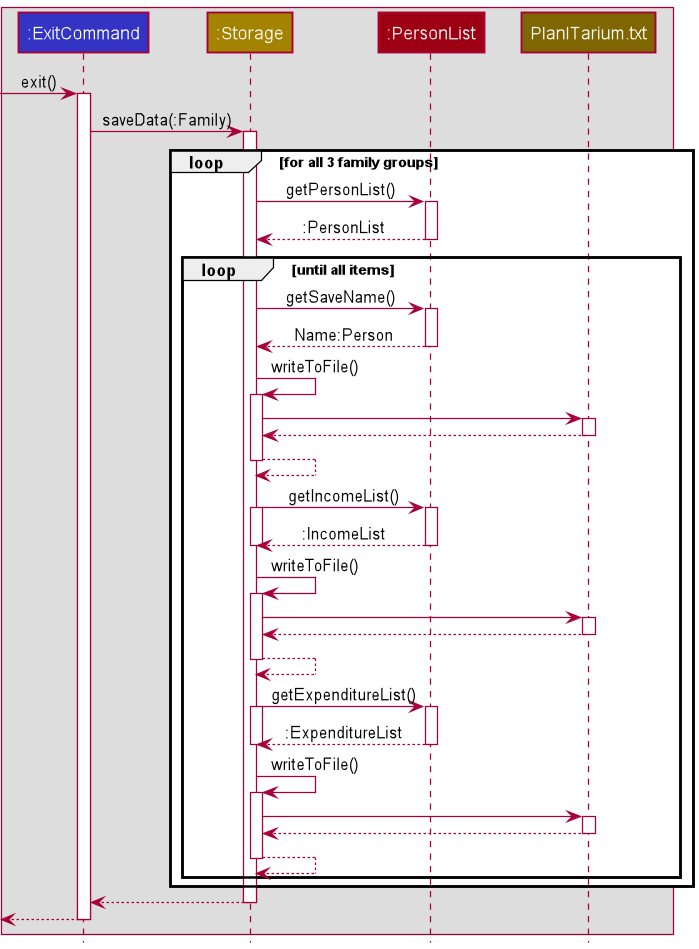
Before: docs/images/StorageSaveSequence.png, a diagram exported from PlantUML (nus-cs2113-AY2122S2/tp). Its source is kept beside it as docs/diagrams/StorageSaveSequence.puml.
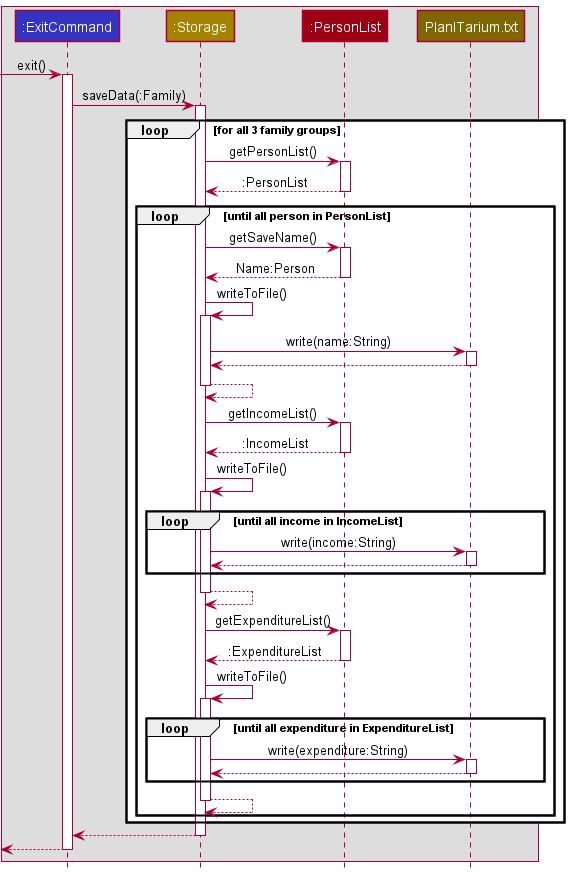
The same file after the commit.

Diff of the diagram source:
```diff
@@ -18,45 +18,47 @@
 activate PersonList
 PersonList --> Storage: :PersonList
 deactivate PersonList
-    loop until all items
+    loop until all person in PersonList
         Storage -> PersonList: getSaveName()
         activate PersonList
         PersonList --> Storage: Name:Person
         deactivate PersonList
         Storage -> Storage: writeToFile()
         activate Storage
-        Storage -> PlanITarium.txt
+        Storage -> PlanITarium.txt : write(name:String)
         activate PlanITarium.txt
         PlanITarium.txt --> Storage
         deactivate PlanITarium.txt
         Storage --> Storage
         deactivate Storage
         Storage -> PersonList: getIncomeList()
-        activate Storage
+
         activate PersonList
         PersonList --> Storage: :IncomeList
         deactivate PersonList
-        deactivate Storage
+
         Storage -> Storage: writeToFile()
         activate Storage
-        Storage -> PlanITarium.txt
+        loop until all income in IncomeList
+        Storage -> PlanITarium.txt : write(income:String)
         activate PlanITarium.txt
         PlanITarium.txt --> Storage
         deactivate PlanITarium.txt
+        end
         Storage --> Storage
         deactivate Storage
         Storage -> PersonList: getExpenditureList()
-        activate Storage
         activate PersonList
         PersonList --> Storage: :ExpenditureList
         deactivate PersonList
-        deactivate Storage
         Storage -> Storage: writeToFile()
         activate Storage
-        Storage -> PlanITarium.txt
+        loop until all expenditure in ExpenditureList
+        Storage -> PlanITarium.txt : write(expenditure:String)
         activate PlanITarium.txt
         PlanITarium.txt --> Storage
         deactivate PlanITarium.txt
+        end
         Storage --> Storage
         deactivate Storage
     end
```
